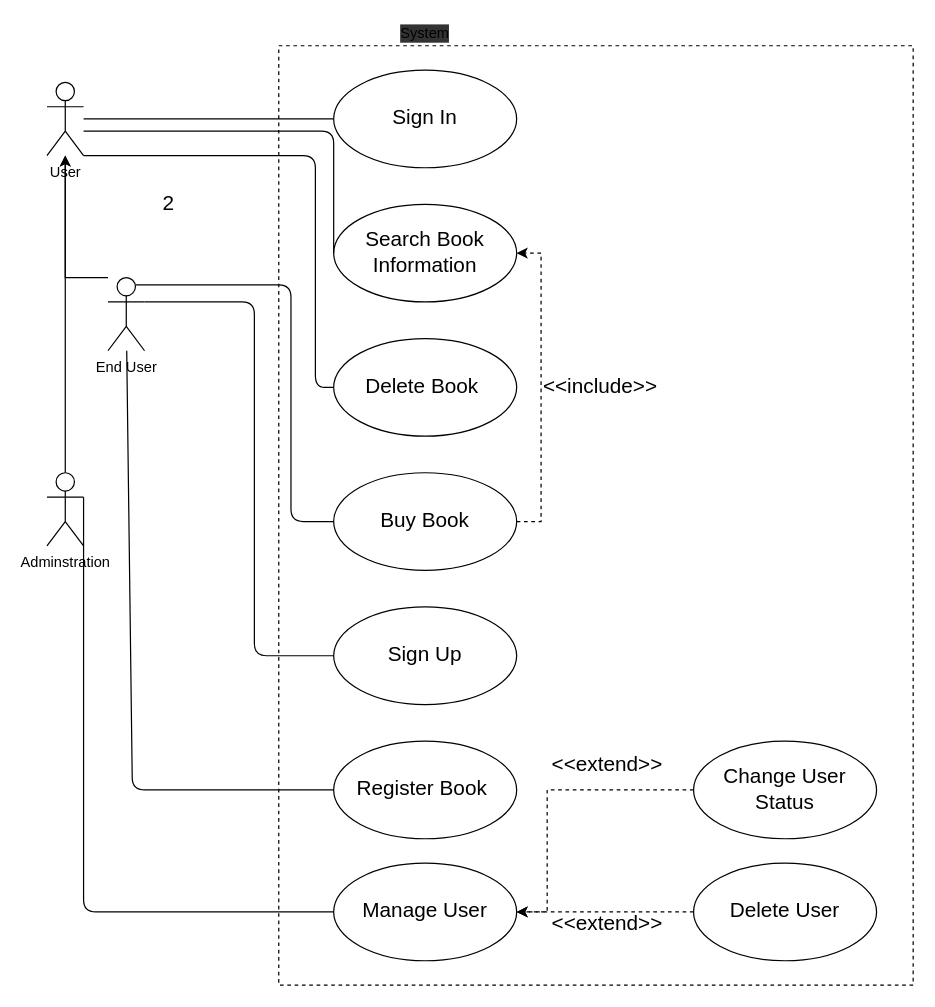
This is use_case.drawio from wonbeomjang/CAU11708-book-selling-system, a draw.io file, before an edit. Source tidied: cells renumbered, new cells numbered last; positions are measured from the earlier drawing's top-left corner, leaving out a move shared by most shapes. Both pictures are drawn from the tidied source at 122%, with x=0, y=0 at pixel (46, 21).
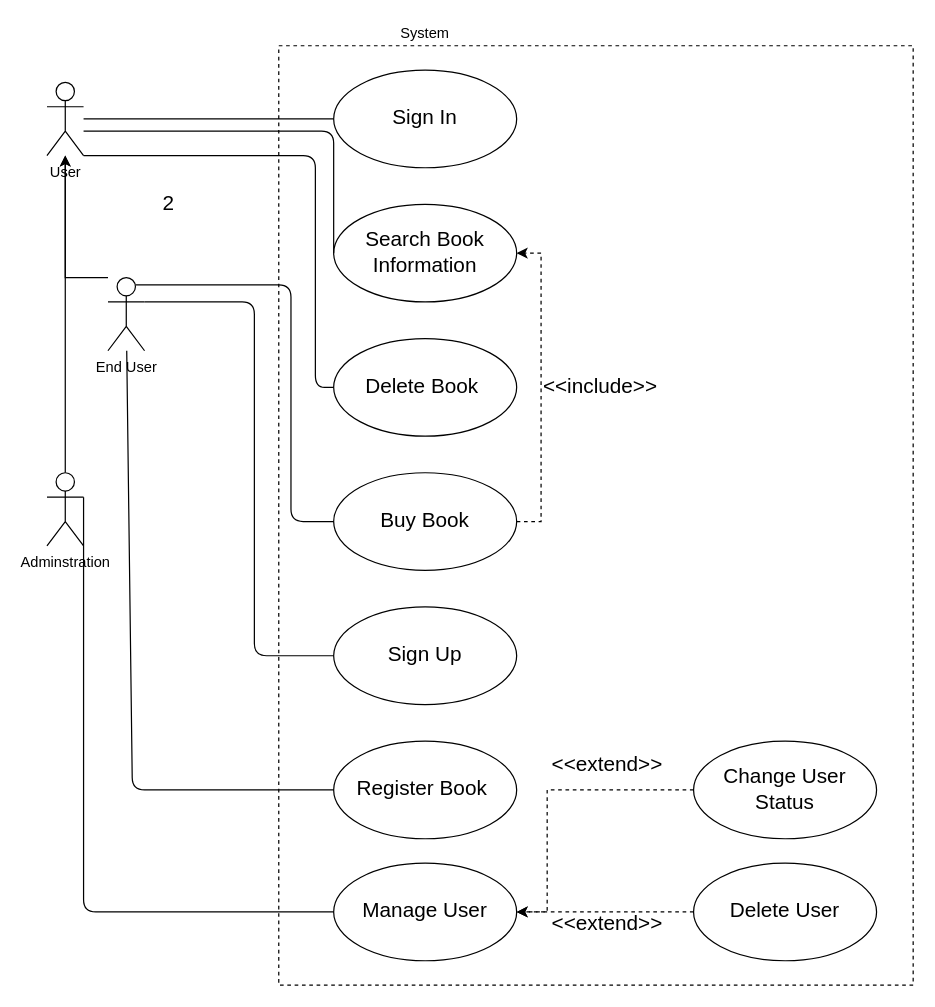
The same page after the edit.

Commit message (it also covers changes not shown here):
make domain model

What changed in the source:
```diff
@@
-    <mxCell id="8" value="System" style="text;html=1;strokeColor=none;fillColor=none;align=center;verticalAlign=middle;whiteSpace=wrap;rounded=0;labelBackgroundColor=#333333;" parent="1" vertex="1">
+    <mxCell id="8" value="System" style="text;html=1;strokeColor=none;fillColor=none;align=center;verticalAlign=middle;whiteSpace=wrap;rounded=0;labelBackgroundColor=none;" parent="1" vertex="1">
       <mxGeometry x="290" width="40" height="20" as="geometry" />
     </mxCell>
```
